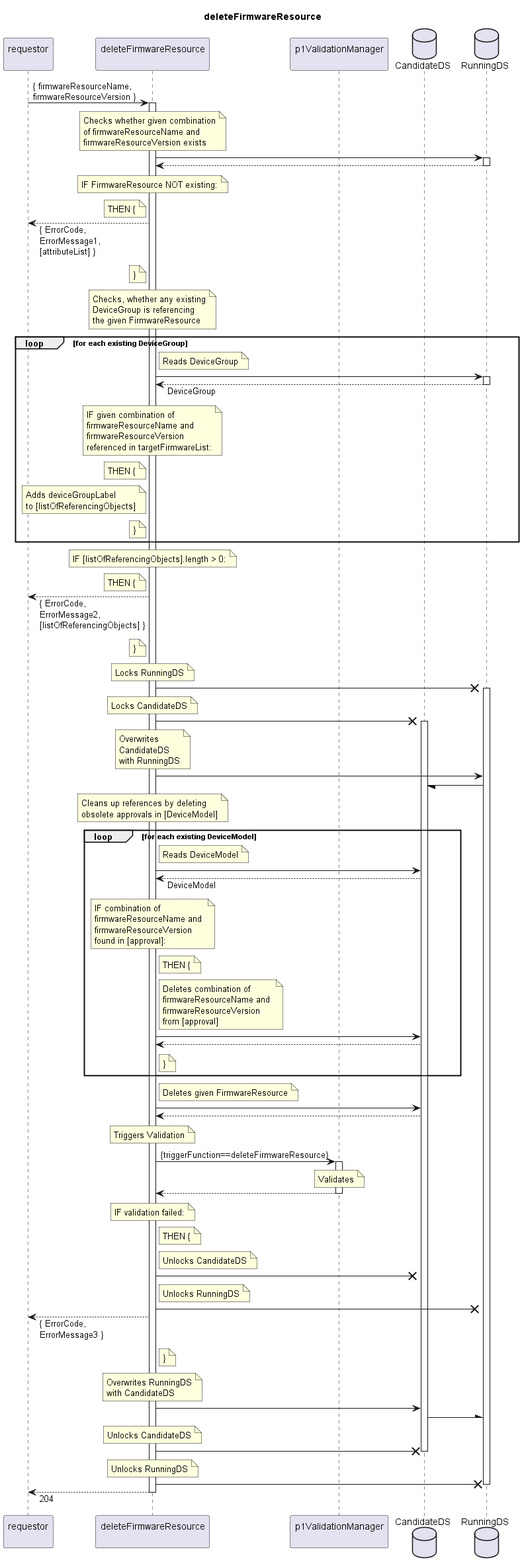
This is spec/Services/deleteFirmwareResource/1.0.0/deleteFirmwareResource.png from openBackhaul/FirmWareManager, a PlantUML export, as it was before one commit.
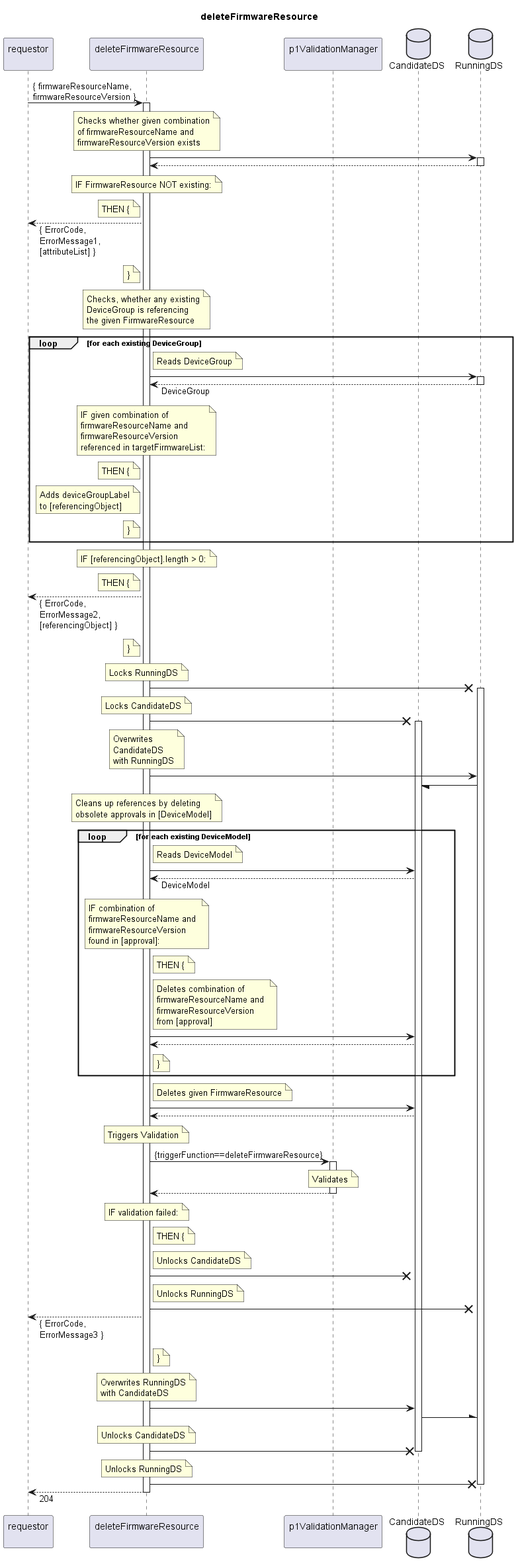
After the commit.

Diff of the diagram source:
```diff
@@ -58,19 +58,19 @@
     end note
     note left indServ
       Adds deviceGroupLabel
-      to [listOfReferencingObjects]
+      to [referencingObject]
     end note
     note left indServ
       }
     end note
   end loop
   note over indServ
-    IF [listOfReferencingObjects].length > 0:
+    IF [referencingObject].length > 0:
   end note
   note left indServ
     THEN {
   end note
-  requestor <-- indServ: { ErrorCode,\nErrorMessage2,\n[listOfReferencingObjects] }
+  requestor <-- indServ: { ErrorCode,\nErrorMessage2,\n[referencingObject] }
   note left indServ
     }
   end note
```
